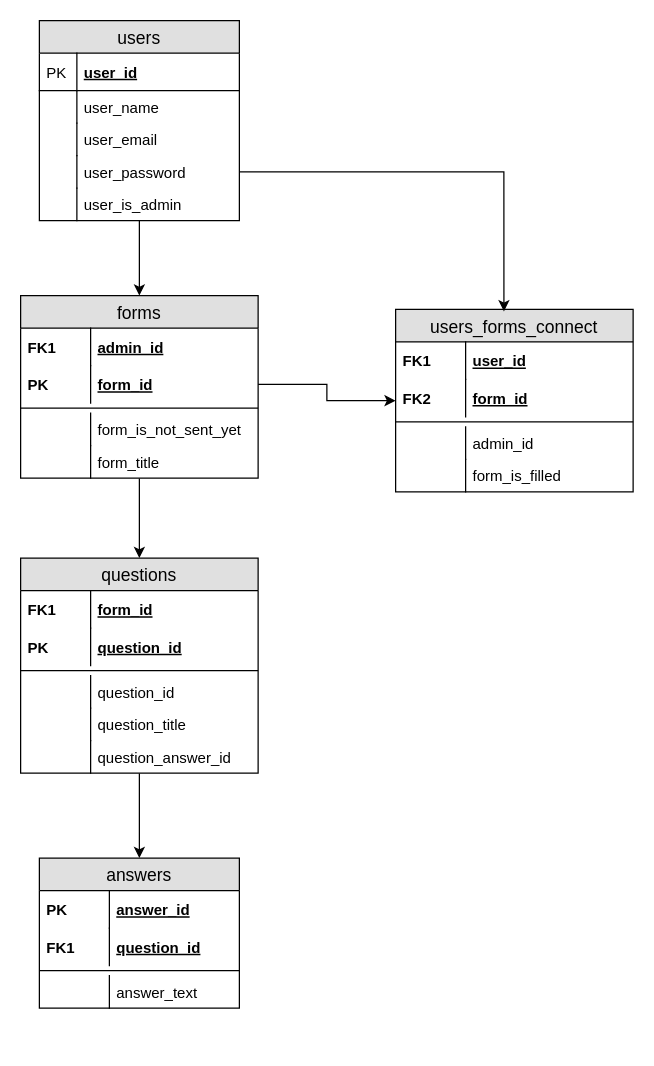
jakabij/FormManagingService keeps this draw.io diagram as tablePlan.drawio. Above is the earlier version. Source tidied: cells renumbered, new cells numbered last; positions are measured from the earlier drawing's top-left corner, leaving out a move shared by most shapes. Both pictures are drawn from the tidied source at 125%, with x=0, y=0 at pixel (20, 20).
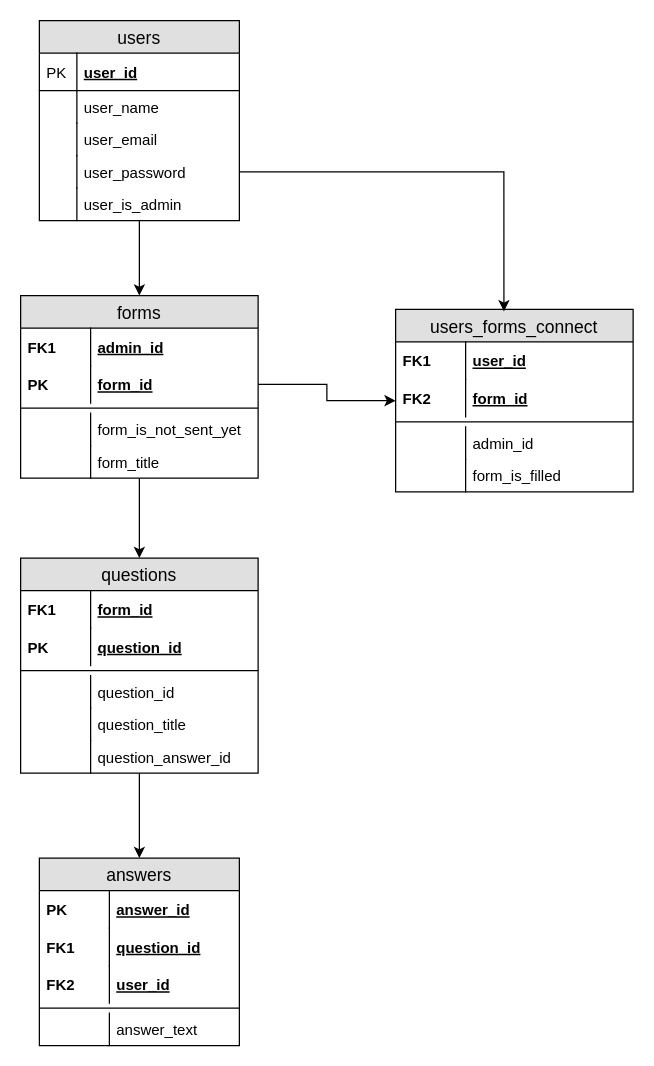
Above is the later version.

Commit message (it also covers changes not shown here):
User answer details added but not tested yet.

Change to the diagram source:
```diff
@@
     <mxCell id="35" value="answers" style="swimlane;fontStyle=0;horizontal=1;startSize=26;fillColor=#e0e0e0;swimlaneFillColor=#ffffff;align=center;fontSize=14;" parent="1" vertex="1">
-      <mxGeometry x="15" y="670" width="160" height="120" as="geometry" />
+      <mxGeometry x="15" y="670" width="160" height="150" as="geometry" />
     </mxCell>
@@
+    <mxCell id="58" value="user_id" style="shape=partialRectangle;top=0;left=0;right=0;bottom=0;align=left;verticalAlign=middle;fillColor=none;spacingLeft=60;spacingRight=4;overflow=hidden;fontStyle=5;fontSize=12;" parent="35" vertex="1">
+      <mxGeometry y="86" width="160" height="30" as="geometry" />
+    </mxCell>
+    <mxCell id="59" value="FK2" style="shape=partialRectangle;fontStyle=1;top=0;left=0;bottom=0;fillColor=none;align=left;verticalAlign=middle;spacingLeft=4;spacingRight=4;overflow=hidden;fontSize=12;" parent="58" vertex="1">
+      <mxGeometry width="56" height="30" as="geometry" />
+    </mxCell>
     <mxCell id="40" style="line;strokeWidth=1;fillColor=none;align=left;verticalAlign=middle;spacingTop=-1;spacingLeft=3;spacingRight=3;labelPosition=right;fontSize=12;" parent="35" vertex="1">
-      <mxGeometry y="86" width="160" height="8" as="geometry" />
+      <mxGeometry y="116" width="160" height="8" as="geometry" />
     </mxCell>
     <mxCell id="41" value="answer_text" style="shape=partialRectangle;top=0;left=0;right=0;bottom=0;align=left;verticalAlign=top;fillColor=none;spacingLeft=60;spacingRight=4;overflow=hidden;fontSize=12;" parent="35" vertex="1">
-      <mxGeometry y="94" width="160" height="26" as="geometry" />
+      <mxGeometry y="124" width="160" height="26" as="geometry" />
     </mxCell>
```
